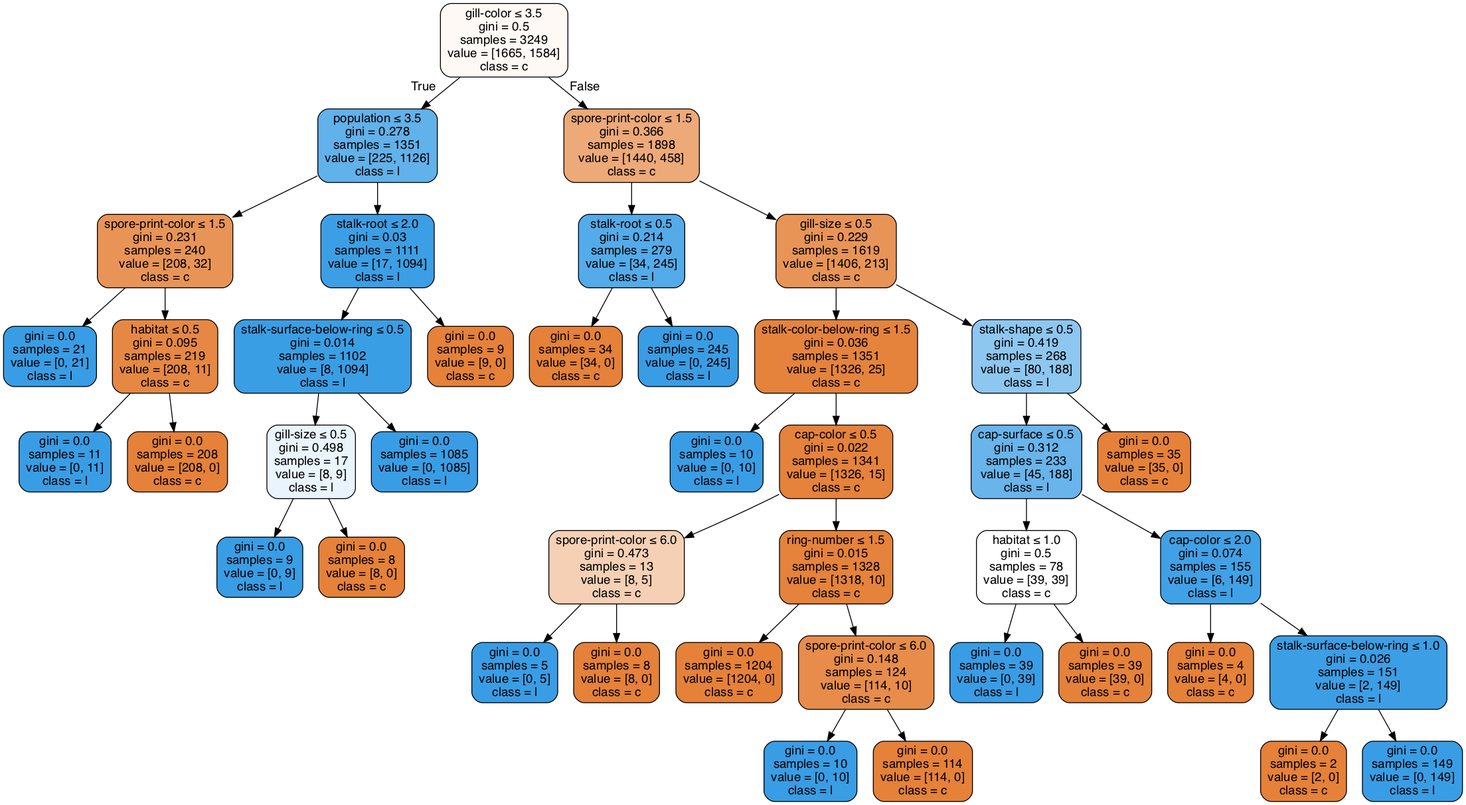
This is Lab02/clf-40-60.gv.png from anhle199/Intro2AI-HCMUS, a Graphviz export, as it was before one commit. Its source is kept beside it as Lab02/clf-40-60.gv.
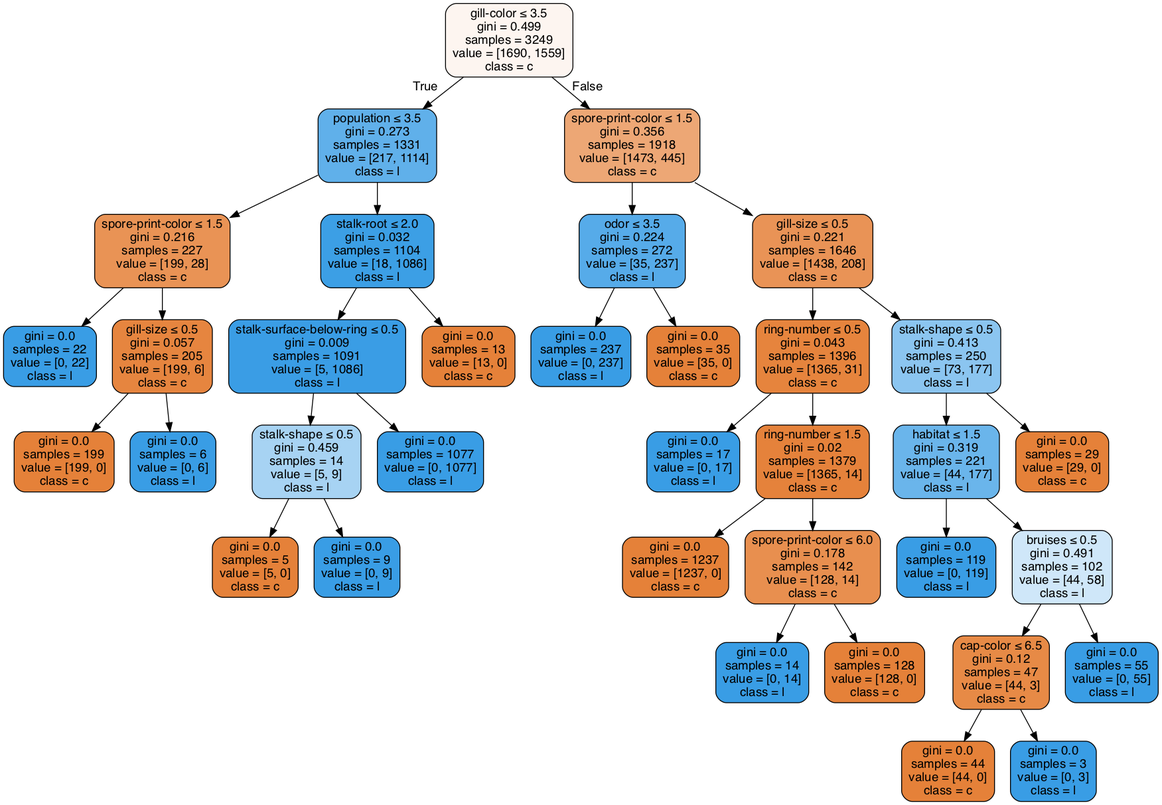
After the change.

The edit, as a diff of the source:
```diff
@@ -1,85 +1,73 @@
 digraph Tree {
 node [shape=box, style="filled, rounded", color="black", fontname=helvetica] ;
 edge [fontname=helvetica] ;
-0 [label=<gill-color &le; 3.5<br/>gini = 0.5<br/>samples = 3249<br/>value = [1665, 1584]<br/>class = c>, fillcolor="#fef9f5"] ;
-1 [label=<population &le; 3.5<br/>gini = 0.278<br/>samples = 1351<br/>value = [225, 1126]<br/>class = l>, fillcolor="#61b1ea"] ;
+0 [label=<gill-color &le; 3.5<br/>gini = 0.499<br/>samples = 3249<br/>value = [1690, 1559]<br/>class = c>, fillcolor="#fdf5f0"] ;
+1 [label=<population &le; 3.5<br/>gini = 0.273<br/>samples = 1331<br/>value = [217, 1114]<br/>class = l>, fillcolor="#60b0ea"] ;
 0 -> 1 [labeldistance=2.5, labelangle=45, headlabel="True"] ;
-2 [label=<spore-print-color &le; 1.5<br/>gini = 0.231<br/>samples = 240<br/>value = [208, 32]<br/>class = c>, fillcolor="#e99457"] ;
+2 [label=<spore-print-color &le; 1.5<br/>gini = 0.216<br/>samples = 227<br/>value = [199, 28]<br/>class = c>, fillcolor="#e99355"] ;
 1 -> 2 ;
-3 [label=<gini = 0.0<br/>samples = 21<br/>value = [0, 21]<br/>class = l>, fillcolor="#399de5"] ;
+3 [label=<gini = 0.0<br/>samples = 22<br/>value = [0, 22]<br/>class = l>, fillcolor="#399de5"] ;
 2 -> 3 ;
-4 [label=<habitat &le; 0.5<br/>gini = 0.095<br/>samples = 219<br/>value = [208, 11]<br/>class = c>, fillcolor="#e68843"] ;
+4 [label=<gill-size &le; 0.5<br/>gini = 0.057<br/>samples = 205<br/>value = [199, 6]<br/>class = c>, fillcolor="#e6853f"] ;
 2 -> 4 ;
-5 [label=<gini = 0.0<br/>samples = 11<br/>value = [0, 11]<br/>class = l>, fillcolor="#399de5"] ;
+5 [label=<gini = 0.0<br/>samples = 199<br/>value = [199, 0]<br/>class = c>, fillcolor="#e58139"] ;
 4 -> 5 ;
-6 [label=<gini = 0.0<br/>samples = 208<br/>value = [208, 0]<br/>class = c>, fillcolor="#e58139"] ;
+6 [label=<gini = 0.0<br/>samples = 6<br/>value = [0, 6]<br/>class = l>, fillcolor="#399de5"] ;
 4 -> 6 ;
-7 [label=<stalk-root &le; 2.0<br/>gini = 0.03<br/>samples = 1111<br/>value = [17, 1094]<br/>class = l>, fillcolor="#3c9fe5"] ;
+7 [label=<stalk-root &le; 2.0<br/>gini = 0.032<br/>samples = 1104<br/>value = [18, 1086]<br/>class = l>, fillcolor="#3c9fe5"] ;
 1 -> 7 ;
-8 [label=<stalk-surface-below-ring &le; 0.5<br/>gini = 0.014<br/>samples = 1102<br/>value = [8, 1094]<br/>class = l>, fillcolor="#3a9ee5"] ;
+8 [label=<stalk-surface-below-ring &le; 0.5<br/>gini = 0.009<br/>samples = 1091<br/>value = [5, 1086]<br/>class = l>, fillcolor="#3a9de5"] ;
 7 -> 8 ;
-9 [label=<gill-size &le; 0.5<br/>gini = 0.498<br/>samples = 17<br/>value = [8, 9]<br/>class = l>, fillcolor="#e9f4fc"] ;
+9 [label=<stalk-shape &le; 0.5<br/>gini = 0.459<br/>samples = 14<br/>value = [5, 9]<br/>class = l>, fillcolor="#a7d3f3"] ;
 8 -> 9 ;
-10 [label=<gini = 0.0<br/>samples = 9<br/>value = [0, 9]<br/>class = l>, fillcolor="#399de5"] ;
+10 [label=<gini = 0.0<br/>samples = 5<br/>value = [5, 0]<br/>class = c>, fillcolor="#e58139"] ;
 9 -> 10 ;
-11 [label=<gini = 0.0<br/>samples = 8<br/>value = [8, 0]<br/>class = c>, fillcolor="#e58139"] ;
+11 [label=<gini = 0.0<br/>samples = 9<br/>value = [0, 9]<br/>class = l>, fillcolor="#399de5"] ;
 9 -> 11 ;
-12 [label=<gini = 0.0<br/>samples = 1085<br/>value = [0, 1085]<br/>class = l>, fillcolor="#399de5"] ;
+12 [label=<gini = 0.0<br/>samples = 1077<br/>value = [0, 1077]<br/>class = l>, fillcolor="#399de5"] ;
 8 -> 12 ;
-13 [label=<gini = 0.0<br/>samples = 9<br/>value = [9, 0]<br/>class = c>, fillcolor="#e58139"] ;
+13 [label=<gini = 0.0<br/>samples = 13<br/>value = [13, 0]<br/>class = c>, fillcolor="#e58139"] ;
 7 -> 13 ;
-14 [label=<spore-print-color &le; 1.5<br/>gini = 0.366<br/>samples = 1898<br/>value = [1440, 458]<br/>class = c>, fillcolor="#eda978"] ;
+14 [label=<spore-print-color &le; 1.5<br/>gini = 0.356<br/>samples = 1918<br/>value = [1473, 445]<br/>class = c>, fillcolor="#eda775"] ;
 0 -> 14 [labeldistance=2.5, labelangle=-45, headlabel="False"] ;
-15 [label=<stalk-root &le; 0.5<br/>gini = 0.214<br/>samples = 279<br/>value = [34, 245]<br/>class = l>, fillcolor="#54abe9"] ;
+15 [label=<odor &le; 3.5<br/>gini = 0.224<br/>samples = 272<br/>value = [35, 237]<br/>class = l>, fillcolor="#56abe9"] ;
 14 -> 15 ;
-16 [label=<gini = 0.0<br/>samples = 34<br/>value = [34, 0]<br/>class = c>, fillcolor="#e58139"] ;
+16 [label=<gini = 0.0<br/>samples = 237<br/>value = [0, 237]<br/>class = l>, fillcolor="#399de5"] ;
 15 -> 16 ;
-17 [label=<gini = 0.0<br/>samples = 245<br/>value = [0, 245]<br/>class = l>, fillcolor="#399de5"] ;
+17 [label=<gini = 0.0<br/>samples = 35<br/>value = [35, 0]<br/>class = c>, fillcolor="#e58139"] ;
 15 -> 17 ;
-18 [label=<gill-size &le; 0.5<br/>gini = 0.229<br/>samples = 1619<br/>value = [1406, 213]<br/>class = c>, fillcolor="#e99457"] ;
+18 [label=<gill-size &le; 0.5<br/>gini = 0.221<br/>samples = 1646<br/>value = [1438, 208]<br/>class = c>, fillcolor="#e99356"] ;
 14 -> 18 ;
-19 [label=<stalk-color-below-ring &le; 1.5<br/>gini = 0.036<br/>samples = 1351<br/>value = [1326, 25]<br/>class = c>, fillcolor="#e5833d"] ;
+19 [label=<ring-number &le; 0.5<br/>gini = 0.043<br/>samples = 1396<br/>value = [1365, 31]<br/>class = c>, fillcolor="#e6843d"] ;
 18 -> 19 ;
-20 [label=<gini = 0.0<br/>samples = 10<br/>value = [0, 10]<br/>class = l>, fillcolor="#399de5"] ;
+20 [label=<gini = 0.0<br/>samples = 17<br/>value = [0, 17]<br/>class = l>, fillcolor="#399de5"] ;
 19 -> 20 ;
-21 [label=<cap-color &le; 0.5<br/>gini = 0.022<br/>samples = 1341<br/>value = [1326, 15]<br/>class = c>, fillcolor="#e5823b"] ;
+21 [label=<ring-number &le; 1.5<br/>gini = 0.02<br/>samples = 1379<br/>value = [1365, 14]<br/>class = c>, fillcolor="#e5823b"] ;
 19 -> 21 ;
-22 [label=<spore-print-color &le; 6.0<br/>gini = 0.473<br/>samples = 13<br/>value = [8, 5]<br/>class = c>, fillcolor="#f5d0b5"] ;
+22 [label=<gini = 0.0<br/>samples = 1237<br/>value = [1237, 0]<br/>class = c>, fillcolor="#e58139"] ;
 21 -> 22 ;
-23 [label=<gini = 0.0<br/>samples = 5<br/>value = [0, 5]<br/>class = l>, fillcolor="#399de5"] ;
-22 -> 23 ;
-24 [label=<gini = 0.0<br/>samples = 8<br/>value = [8, 0]<br/>class = c>, fillcolor="#e58139"] ;
-22 -> 24 ;
-25 [label=<ring-number &le; 1.5<br/>gini = 0.015<br/>samples = 1328<br/>value = [1318, 10]<br/>class = c>, fillcolor="#e5823b"] ;
-21 -> 25 ;
-26 [label=<gini = 0.0<br/>samples = 1204<br/>value = [1204, 0]<br/>class = c>, fillcolor="#e58139"] ;
-25 -> 26 ;
-27 [label=<spore-print-color &le; 6.0<br/>gini = 0.148<br/>samples = 124<br/>value = [114, 10]<br/>class = c>, fillcolor="#e78c4a"] ;
-25 -> 27 ;
-28 [label=<gini = 0.0<br/>samples = 10<br/>value = [0, 10]<br/>class = l>, fillcolor="#399de5"] ;
+23 [label=<spore-print-color &le; 6.0<br/>gini = 0.178<br/>samples = 142<br/>value = [128, 14]<br/>class = c>, fillcolor="#e88f4f"] ;
+21 -> 23 ;
+24 [label=<gini = 0.0<br/>samples = 14<br/>value = [0, 14]<br/>class = l>, fillcolor="#399de5"] ;
+23 -> 24 ;
+25 [label=<gini = 0.0<br/>samples = 128<br/>value = [128, 0]<br/>class = c>, fillcolor="#e58139"] ;
+23 -> 25 ;
+26 [label=<stalk-shape &le; 0.5<br/>gini = 0.413<br/>samples = 250<br/>value = [73, 177]<br/>class = l>, fillcolor="#8bc5f0"] ;
+18 -> 26 ;
+27 [label=<habitat &le; 1.5<br/>gini = 0.319<br/>samples = 221<br/>value = [44, 177]<br/>class = l>, fillcolor="#6ab5eb"] ;
+26 -> 27 ;
+28 [label=<gini = 0.0<br/>samples = 119<br/>value = [0, 119]<br/>class = l>, fillcolor="#399de5"] ;
 27 -> 28 ;
-29 [label=<gini = 0.0<br/>samples = 114<br/>value = [114, 0]<br/>class = c>, fillcolor="#e58139"] ;
+29 [label=<bruises &le; 0.5<br/>gini = 0.491<br/>samples = 102<br/>value = [44, 58]<br/>class = l>, fillcolor="#cfe7f9"] ;
 27 -> 29 ;
-30 [label=<stalk-shape &le; 0.5<br/>gini = 0.419<br/>samples = 268<br/>value = [80, 188]<br/>class = l>, fillcolor="#8dc7f0"] ;
-18 -> 30 ;
-31 [label=<cap-surface &le; 0.5<br/>gini = 0.312<br/>samples = 233<br/>value = [45, 188]<br/>class = l>, fillcolor="#68b4eb"] ;
+30 [label=<cap-color &le; 6.5<br/>gini = 0.12<br/>samples = 47<br/>value = [44, 3]<br/>class = c>, fillcolor="#e78a46"] ;
+29 -> 30 ;
+31 [label=<gini = 0.0<br/>samples = 44<br/>value = [44, 0]<br/>class = c>, fillcolor="#e58139"] ;
 30 -> 31 ;
-32 [label=<habitat &le; 1.0<br/>gini = 0.5<br/>samples = 78<br/>value = [39, 39]<br/>class = c>, fillcolor="#ffffff"] ;
-31 -> 32 ;
-33 [label=<gini = 0.0<br/>samples = 39<br/>value = [0, 39]<br/>class = l>, fillcolor="#399de5"] ;
-32 -> 33 ;
-34 [label=<gini = 0.0<br/>samples = 39<br/>value = [39, 0]<br/>class = c>, fillcolor="#e58139"] ;
-32 -> 34 ;
-35 [label=<cap-color &le; 2.0<br/>gini = 0.074<br/>samples = 155<br/>value = [6, 149]<br/>class = l>, fillcolor="#41a1e6"] ;
-31 -> 35 ;
-36 [label=<gini = 0.0<br/>samples = 4<br/>value = [4, 0]<br/>class = c>, fillcolor="#e58139"] ;
-35 -> 36 ;
-37 [label=<stalk-surface-below-ring &le; 1.0<br/>gini = 0.026<br/>samples = 151<br/>value = [2, 149]<br/>class = l>, fillcolor="#3c9ee5"] ;
-35 -> 37 ;
-38 [label=<gini = 0.0<br/>samples = 2<br/>value = [2, 0]<br/>class = c>, fillcolor="#e58139"] ;
-37 -> 38 ;
-39 [label=<gini = 0.0<br/>samples = 149<br/>value = [0, 149]<br/>class = l>, fillcolor="#399de5"] ;
-37 -> 39 ;
-40 [label=<gini = 0.0<br/>samples = 35<br/>value = [35, 0]<br/>class = c>, fillcolor="#e58139"] ;
-30 -> 40 ;
+32 [label=<gini = 0.0<br/>samples = 3<br/>value = [0, 3]<br/>class = l>, fillcolor="#399de5"] ;
+30 -> 32 ;
+33 [label=<gini = 0.0<br/>samples = 55<br/>value = [0, 55]<br/>class = l>, fillcolor="#399de5"] ;
+29 -> 33 ;
+34 [label=<gini = 0.0<br/>samples = 29<br/>value = [29, 0]<br/>class = c>, fillcolor="#e58139"] ;
+26 -> 34 ;
 }
```
